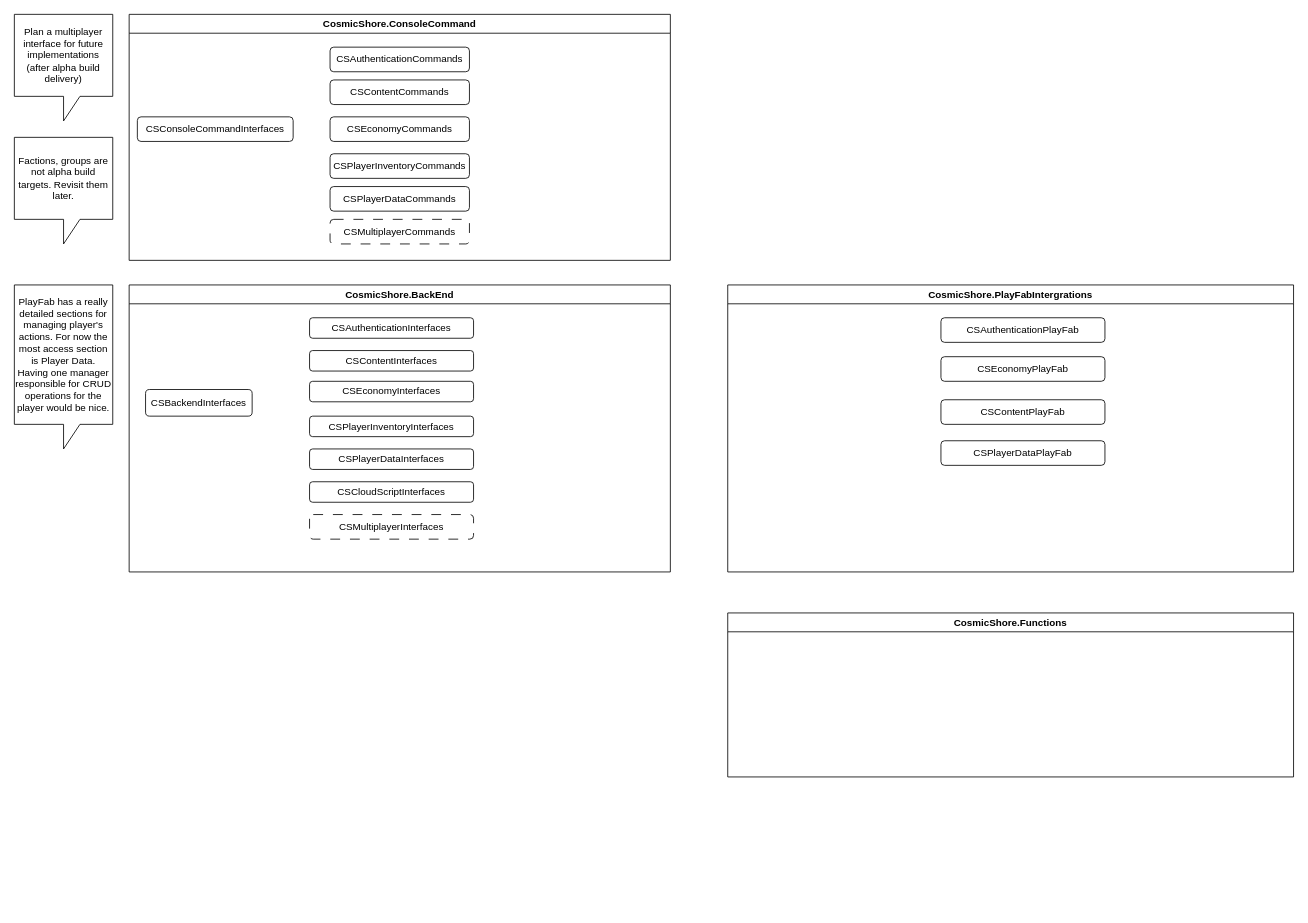
Earlier version of the draw.io diagram page "Components Overview" (1 of 5) of cosmic-shore-backend-services.drawio (froglet-studio/cosmic-shore-backend-diagrams). Source tidied: cells renumbered, new cells numbered last; positions are measured from the earlier drawing's top-left corner, leaving out a move shared by most shapes. Both pictures are drawn from the tidied source at 82%, with x=0, y=0 at pixel (14, 14).
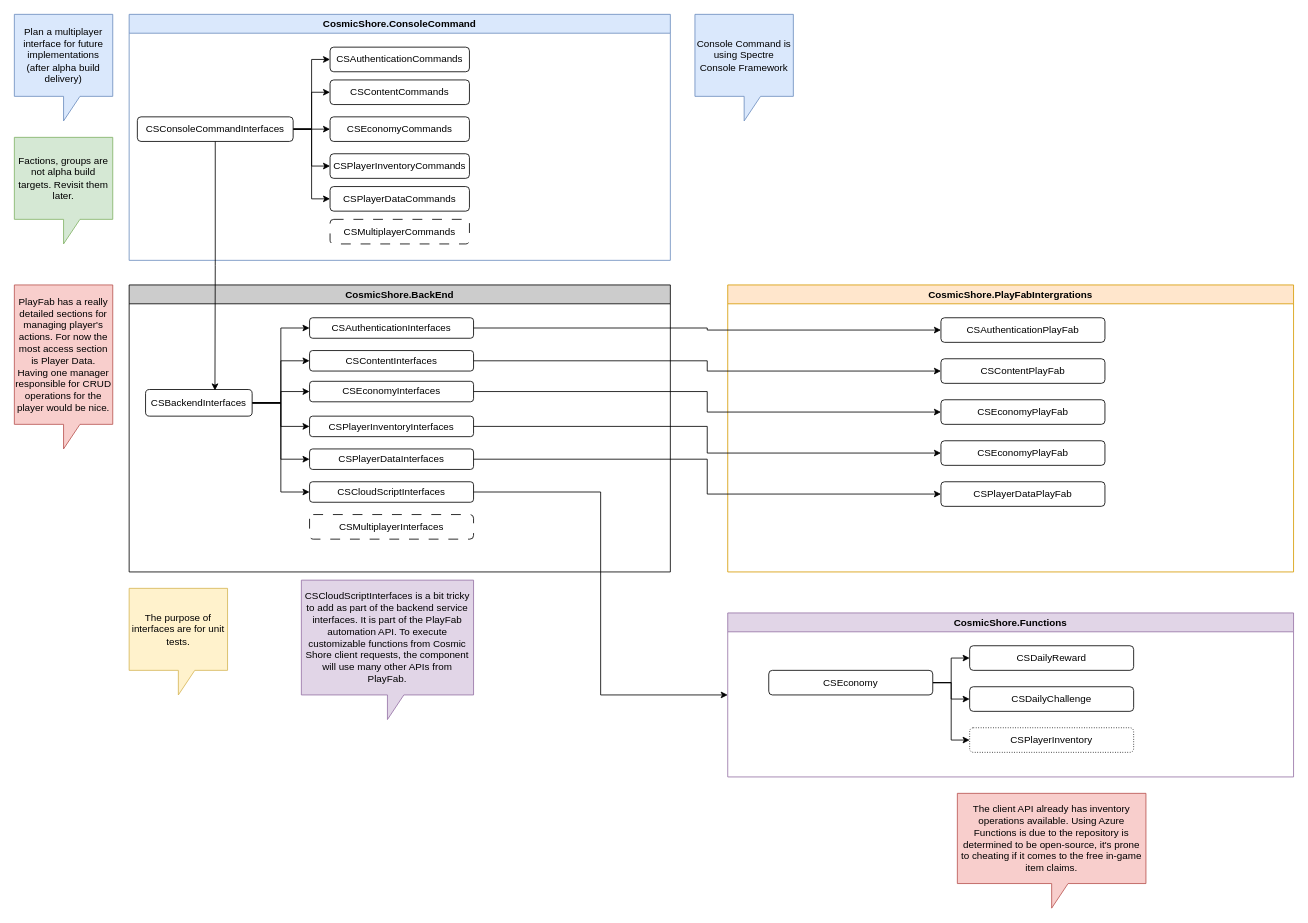
After the change.

Commit message:
First finished draft of the backend diagram

Unchanged cells that the change refers to:
```xml
<mxCell id="3" value="CSAuthenticationPlayFab" style="rounded=1;whiteSpace=wrap;html=1;" parent="2" vertex="1">
  <mxGeometry x="260" y="40" width="200" height="30" as="geometry" />
</mxCell>
<mxCell id="8" value="CSAuthenticationInterfaces" style="rounded=1;whiteSpace=wrap;html=1;" parent="7" vertex="1">
  <mxGeometry x="220" y="40" width="200" height="25" as="geometry" />
</mxCell>
<mxCell id="9" value="CSBackendInterfaces" style="rounded=1;whiteSpace=wrap;html=1;" parent="7" vertex="1">
  <mxGeometry x="20" y="127.5" width="130" height="32.5" as="geometry" />
</mxCell>
<mxCell id="10" value="CSEconomyInterfaces" style="rounded=1;whiteSpace=wrap;html=1;" parent="7" vertex="1">
  <mxGeometry x="220" y="117.5" width="200" height="25" as="geometry" />
</mxCell>
<mxCell id="11" value="CSContentInterfaces" style="rounded=1;whiteSpace=wrap;html=1;" parent="7" vertex="1">
  <mxGeometry x="220" y="80" width="200" height="25" as="geometry" />
</mxCell>
<mxCell id="12" value="CSPlayerDataInterfaces" style="rounded=1;whiteSpace=wrap;html=1;" parent="7" vertex="1">
  <mxGeometry x="220" y="200" width="200" height="25" as="geometry" />
</mxCell>
<mxCell id="14" value="CSCloudScriptInterfaces" style="rounded=1;whiteSpace=wrap;html=1;" parent="7" vertex="1">
  <mxGeometry x="220" y="240" width="200" height="25" as="geometry" />
</mxCell>
<mxCell id="15" value="CSPlayerInventoryInterfaces" style="rounded=1;whiteSpace=wrap;html=1;" parent="7" vertex="1">
  <mxGeometry x="220" y="160" width="200" height="25" as="geometry" />
</mxCell>
<mxCell id="17" value="CSConsoleCommandInterfaces" style="rounded=1;whiteSpace=wrap;html=1;" parent="16" vertex="1">
  <mxGeometry x="10" y="125" width="190" height="30" as="geometry" />
</mxCell>
<mxCell id="18" value="CSAuthenticationCommands" style="rounded=1;whiteSpace=wrap;html=1;" parent="16" vertex="1">
  <mxGeometry x="245" y="40" width="170" height="30" as="geometry" />
</mxCell>
<mxCell id="19" value="CSEconomyCommands" style="rounded=1;whiteSpace=wrap;html=1;" parent="16" vertex="1">
  <mxGeometry x="245" y="125" width="170" height="30" as="geometry" />
</mxCell>
<mxCell id="20" value="CSContentCommands" style="rounded=1;whiteSpace=wrap;html=1;" parent="16" vertex="1">
  <mxGeometry x="245" y="80" width="170" height="30" as="geometry" />
</mxCell>
<mxCell id="21" value="CSPlayerDataCommands" style="rounded=1;whiteSpace=wrap;html=1;" parent="16" vertex="1">
  <mxGeometry x="245" y="210" width="170" height="30" as="geometry" />
</mxCell>
<mxCell id="23" value="CSPlayerInventoryCommands" style="rounded=1;whiteSpace=wrap;html=1;" parent="16" vertex="1">
  <mxGeometry x="245" y="170" width="170" height="30" as="geometry" />
</mxCell>
```

What changed in the source:
```diff
@@
-    <mxCell id="2" value="CosmicShore.PlayFabIntergrations" style="swimlane;whiteSpace=wrap;html=1;startSize=23;" parent="1" vertex="1">
+    <mxCell id="2" value="CosmicShore.PlayFabIntergrations" style="swimlane;whiteSpace=wrap;html=1;startSize=23;fillColor=#ffe6cc;strokeColor=#d79b00;" parent="1" vertex="1">
       <mxGeometry x="870" y="330" width="690" height="350" as="geometry" />
     </mxCell>
@@
     <mxCell id="4" value="CSEconomyPlayFab" style="rounded=1;whiteSpace=wrap;html=1;" parent="2" vertex="1">
-      <mxGeometry x="260" y="87.5" width="200" height="30" as="geometry" />
+      <mxGeometry x="260" y="140" width="200" height="30" as="geometry" />
     </mxCell>
     <mxCell id="5" value="CSContentPlayFab" style="rounded=1;whiteSpace=wrap;html=1;" parent="2" vertex="1">
-      <mxGeometry x="260" y="140" width="200" height="30" as="geometry" />
+      <mxGeometry x="260" y="90" width="200" height="30" as="geometry" />
     </mxCell>
     <mxCell id="6" value="CSPlayerDataPlayFab" style="rounded=1;whiteSpace=wrap;html=1;" parent="2" vertex="1">
-      <mxGeometry x="260" y="190" width="200" height="30" as="geometry" />
+      <mxGeometry x="260" y="240" width="200" height="30" as="geometry" />
     </mxCell>
+    <mxCell id="28" value="CSEconomyPlayFab" style="rounded=1;whiteSpace=wrap;html=1;" parent="2" vertex="1">
+      <mxGeometry x="260" y="190" width="200" height="30" as="geometry" />
+    </mxCell>
-    <mxCell id="7" value="CosmicShore.BackEnd" style="swimlane;whiteSpace=wrap;html=1;" parent="1" vertex="1">
+    <mxCell id="7" value="CosmicShore.BackEnd" style="swimlane;whiteSpace=wrap;html=1;fillColor=#CCCCCC;" parent="1" vertex="1">
       <mxGeometry x="140" y="330" width="660" height="350" as="geometry" />
     </mxCell>
@@
+    <mxCell id="29" style="edgeStyle=orthogonalEdgeStyle;rounded=0;jettySize=auto;html=1;entryX=0;entryY=0.5;entryDx=0;entryDy=0;" parent="7" edge="1" source="9" target="8">
+      <mxGeometry relative="1" as="geometry" />
+    </mxCell>
+    <mxCell id="30" style="edgeStyle=orthogonalEdgeStyle;rounded=0;jettySize=auto;html=1;entryX=0;entryY=0.5;entryDx=0;entryDy=0;" parent="7" edge="1" source="9" target="11">
+      <mxGeometry relative="1" as="geometry" />
+    </mxCell>
+    <mxCell id="31" style="edgeStyle=orthogonalEdgeStyle;rounded=0;jettySize=auto;html=1;entryX=0;entryY=0.5;entryDx=0;entryDy=0;" parent="7" edge="1" source="9" target="10">
+      <mxGeometry relative="1" as="geometry" />
+    </mxCell>
+    <mxCell id="32" style="edgeStyle=orthogonalEdgeStyle;rounded=0;jettySize=auto;html=1;entryX=0;entryY=0.5;entryDx=0;entryDy=0;" parent="7" edge="1" source="9" target="15">
+      <mxGeometry relative="1" as="geometry" />
+    </mxCell>
+    <mxCell id="33" style="edgeStyle=orthogonalEdgeStyle;rounded=0;jettySize=auto;html=1;entryX=0;entryY=0.5;entryDx=0;entryDy=0;" parent="7" edge="1" source="9" target="12">
+      <mxGeometry relative="1" as="geometry" />
+    </mxCell>
+    <mxCell id="34" style="edgeStyle=orthogonalEdgeStyle;rounded=0;jettySize=auto;html=1;entryX=0;entryY=0.5;entryDx=0;entryDy=0;" parent="7" edge="1" source="9" target="14">
+      <mxGeometry relative="1" as="geometry" />
+    </mxCell>
@@
-    <mxCell id="16" value="CosmicShore.ConsoleCommand" style="swimlane;whiteSpace=wrap;html=1;" parent="1" vertex="1">
+    <mxCell id="16" value="CosmicShore.ConsoleCommand" style="swimlane;whiteSpace=wrap;html=1;fillColor=#dae8fc;strokeColor=#6c8ebf;" parent="1" vertex="1">
       <mxGeometry x="140" width="660" height="300" as="geometry" />
     </mxCell>
+    <mxCell id="35" style="edgeStyle=orthogonalEdgeStyle;rounded=0;jettySize=auto;html=1;entryX=0;entryY=0.5;entryDx=0;entryDy=0;" parent="16" edge="1" source="17" target="18">
+      <mxGeometry relative="1" as="geometry" />
+    </mxCell>
+    <mxCell id="36" style="edgeStyle=orthogonalEdgeStyle;rounded=0;jettySize=auto;html=1;entryX=0;entryY=0.5;entryDx=0;entryDy=0;" parent="16" edge="1" source="17" target="20">
+      <mxGeometry relative="1" as="geometry" />
+    </mxCell>
+    <mxCell id="37" style="edgeStyle=orthogonalEdgeStyle;rounded=0;jettySize=auto;html=1;entryX=0;entryY=0.5;entryDx=0;entryDy=0;" parent="16" edge="1" source="17" target="19">
+      <mxGeometry relative="1" as="geometry" />
+    </mxCell>
+    <mxCell id="38" style="edgeStyle=orthogonalEdgeStyle;rounded=0;jettySize=auto;html=1;entryX=0;entryY=0.5;entryDx=0;entryDy=0;" parent="16" edge="1" source="17" target="23">
+      <mxGeometry relative="1" as="geometry" />
+    </mxCell>
+    <mxCell id="39" style="edgeStyle=orthogonalEdgeStyle;rounded=0;jettySize=auto;html=1;entryX=0;entryY=0.5;entryDx=0;entryDy=0;" parent="16" edge="1" source="17" target="21">
+      <mxGeometry relative="1" as="geometry" />
+    </mxCell>
@@
-    <mxCell id="24" value="Plan a multiplayer interface for future implementations (after alpha build delivery)" style="shape=callout;whiteSpace=wrap;html=1;perimeter=calloutPerimeter;" parent="1" vertex="1">
+    <mxCell id="24" value="Plan a multiplayer interface for future implementations (after alpha build delivery)" style="shape=callout;whiteSpace=wrap;html=1;perimeter=calloutPerimeter;fillColor=#dae8fc;strokeColor=#6c8ebf;" parent="1" vertex="1">
       <mxGeometry width="120" height="130" as="geometry" />
     </mxCell>
-    <mxCell id="25" value="PlayFab has a really detailed sections for managing player's actions. For now the most access section is Player Data. Having one manager responsible for CRUD operations for the player would be nice." style="shape=callout;whiteSpace=wrap;html=1;perimeter=calloutPerimeter;" parent="1" vertex="1">
+    <mxCell id="25" value="PlayFab has a really detailed sections for managing player's actions. For now the most access section is Player Data. Having one manager responsible for CRUD operations for the player would be nice." style="shape=callout;whiteSpace=wrap;html=1;perimeter=calloutPerimeter;fillColor=#f8cecc;strokeColor=#b85450;" parent="1" vertex="1">
       <mxGeometry y="330" width="120" height="200" as="geometry" />
     </mxCell>
-    <mxCell id="26" value="Factions, groups are not alpha build targets. Revisit them later." style="shape=callout;whiteSpace=wrap;html=1;perimeter=calloutPerimeter;" parent="1" vertex="1">
+    <mxCell id="26" value="Factions, groups are not alpha build targets. Revisit them later." style="shape=callout;whiteSpace=wrap;html=1;perimeter=calloutPerimeter;fillColor=#d5e8d4;strokeColor=#82b366;" parent="1" vertex="1">
       <mxGeometry y="150" width="120" height="130" as="geometry" />
     </mxCell>
-    <mxCell id="27" value="CosmicShore.Functions" style="swimlane;whiteSpace=wrap;html=1;" parent="1" vertex="1">
+    <mxCell id="27" value="CosmicShore.Functions" style="swimlane;whiteSpace=wrap;html=1;fillColor=#e1d5e7;strokeColor=#9673a6;" parent="1" vertex="1">
       <mxGeometry x="870" y="730" width="690" height="200" as="geometry" />
     </mxCell>
+    <mxCell id="40" value="CSDailyReward" style="rounded=1;whiteSpace=wrap;html=1;" parent="27" vertex="1">
+      <mxGeometry x="295" y="40" width="200" height="30" as="geometry" />
+    </mxCell>
+    <mxCell id="41" style="edgeStyle=orthogonalEdgeStyle;rounded=0;jettySize=auto;html=1;entryX=0;entryY=0.5;entryDx=0;entryDy=0;" parent="27" edge="1" source="44" target="40">
+      <mxGeometry relative="1" as="geometry" />
+    </mxCell>
+    <mxCell id="42" style="edgeStyle=orthogonalEdgeStyle;rounded=0;jettySize=auto;html=1;entryX=0;entryY=0.5;entryDx=0;entryDy=0;" parent="27" edge="1" source="44" target="45">
+      <mxGeometry relative="1" as="geometry" />
+    </mxCell>
+    <mxCell id="43" style="edgeStyle=orthogonalEdgeStyle;rounded=0;jettySize=auto;html=1;entryX=0;entryY=0.5;entryDx=0;entryDy=0;" parent="27" edge="1" source="44" target="46">
+      <mxGeometry relative="1" as="geometry" />
+    </mxCell>
+    <mxCell id="44" value="CSEconomy" style="rounded=1;whiteSpace=wrap;html=1;" parent="27" vertex="1">
+      <mxGeometry x="50" y="70" width="200" height="30" as="geometry" />
+    </mxCell>
+    <mxCell id="45" value="CSDailyChallenge" style="rounded=1;whiteSpace=wrap;html=1;" parent="27" vertex="1">
+      <mxGeometry x="295" y="90" width="200" height="30" as="geometry" />
+    </mxCell>
+    <mxCell id="46" value="CSPlayerInventory" style="rounded=1;whiteSpace=wrap;html=1;dashed=1;dashPattern=1 2;" parent="27" vertex="1">
+      <mxGeometry x="295" y="140" width="200" height="30" as="geometry" />
+    </mxCell>
+    <mxCell id="47" value="CSCloudScriptInterfaces is a bit tricky to add as part of the backend service interfaces. It is part of the PlayFab automation API. To execute customizable functions from Cosmic Shore client requests, the component will use many other APIs from PlayFab." style="shape=callout;whiteSpace=wrap;html=1;perimeter=calloutPerimeter;fillColor=#e1d5e7;strokeColor=#9673a6;" parent="1" vertex="1">
+      <mxGeometry x="350" y="690" width="210" height="170" as="geometry" />
+    </mxCell>
+    <mxCell id="48" style="edgeStyle=orthogonalEdgeStyle;rounded=0;jettySize=auto;html=1;entryX=0.651;entryY=0.036;entryDx=0;entryDy=0;entryPerimeter=0;" parent="1" edge="1" source="17" target="9">
+      <mxGeometry relative="1" as="geometry" />
+    </mxCell>
+    <mxCell id="49" style="edgeStyle=orthogonalEdgeStyle;rounded=0;jettySize=auto;html=1;entryX=0;entryY=0.5;entryDx=0;entryDy=0;" parent="1" edge="1" source="8" target="3">
+      <mxGeometry relative="1" as="geometry" />
+    </mxCell>
+    <mxCell id="50" style="edgeStyle=orthogonalEdgeStyle;rounded=0;jettySize=auto;html=1;" parent="1" edge="1" source="11" target="5">
+      <mxGeometry relative="1" as="geometry" />
+    </mxCell>
+    <mxCell id="51" style="edgeStyle=orthogonalEdgeStyle;rounded=0;jettySize=auto;html=1;entryX=0;entryY=0.5;entryDx=0;entryDy=0;" parent="1" edge="1" source="10" target="4">
+      <mxGeometry relative="1" as="geometry" />
+    </mxCell>
+    <mxCell id="52" style="edgeStyle=orthogonalEdgeStyle;rounded=0;jettySize=auto;html=1;entryX=0;entryY=0.5;entryDx=0;entryDy=0;" parent="1" edge="1" source="15" target="28">
+      <mxGeometry relative="1" as="geometry" />
+    </mxCell>
+    <mxCell id="53" style="edgeStyle=orthogonalEdgeStyle;rounded=0;jettySize=auto;html=1;entryX=0;entryY=0.5;entryDx=0;entryDy=0;" parent="1" edge="1" source="12" target="6">
+      <mxGeometry relative="1" as="geometry" />
+    </mxCell>
+    <mxCell id="54" style="edgeStyle=orthogonalEdgeStyle;rounded=0;jettySize=auto;html=1;entryX=0;entryY=0.5;entryDx=0;entryDy=0;" parent="1" edge="1" source="14" target="27">
+      <mxGeometry relative="1" as="geometry" />
+    </mxCell>
+    <mxCell id="55" value="Console Command is using Spectre Console Framework" style="shape=callout;whiteSpace=wrap;html=1;perimeter=calloutPerimeter;fillColor=#dae8fc;strokeColor=#6c8ebf;" parent="1" vertex="1">
+      <mxGeometry x="830" width="120" height="130" as="geometry" />
+    </mxCell>
+    <mxCell id="56" value="The purpose of interfaces are for unit tests." style="shape=callout;whiteSpace=wrap;html=1;perimeter=calloutPerimeter;fillColor=#fff2cc;strokeColor=#d6b656;" parent="1" vertex="1">
+      <mxGeometry x="140" y="700" width="120" height="130" as="geometry" />
+    </mxCell>
+    <mxCell id="57" value="The client API already has inventory operations available. Using Azure Functions is due to the repository is determined to be open-source, it's prone to cheating if it comes to the free in-game item claims." style="shape=callout;whiteSpace=wrap;html=1;perimeter=calloutPerimeter;fillColor=#f8cecc;strokeColor=#b85450;gradientColor=none;" parent="1" vertex="1">
+      <mxGeometry x="1150" y="950" width="230" height="140" as="geometry" />
+    </mxCell>
```
